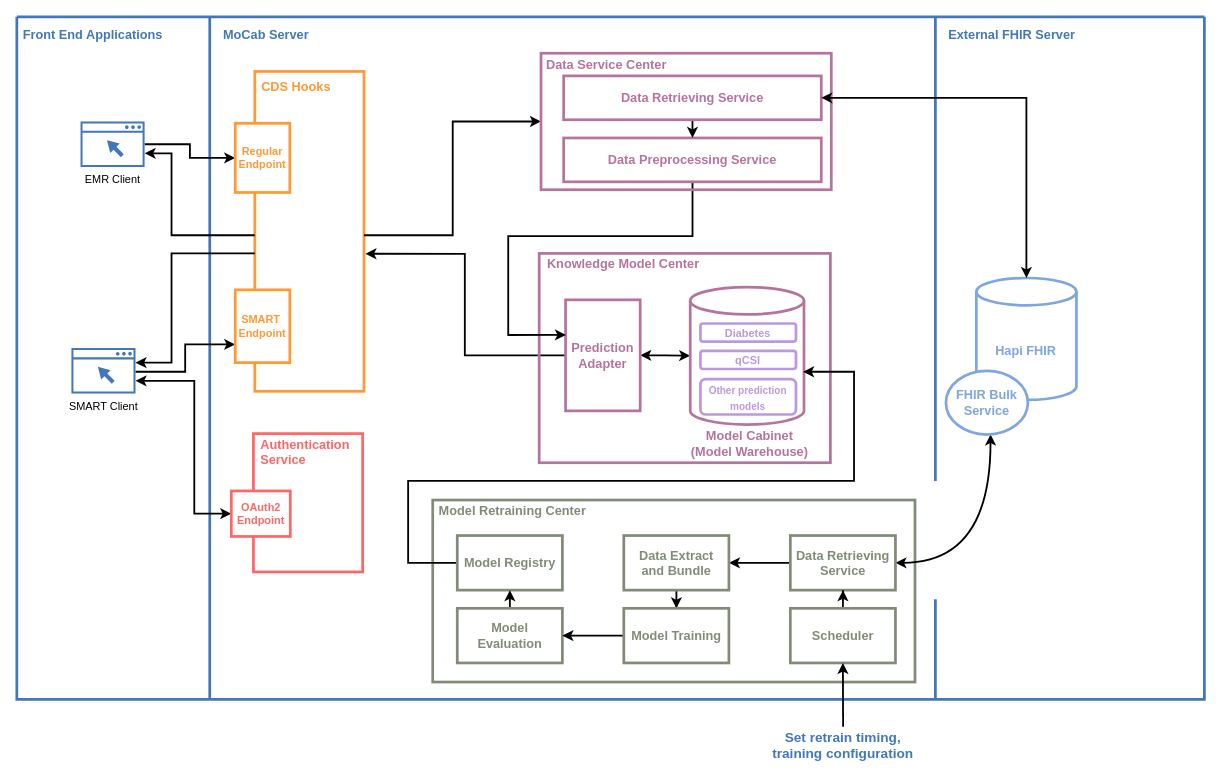
billkuojhgf/Model-on-fhir keeps this draw.io diagram as Document/Mocab Architecture.drawio. Above is the earlier version. Source tidied: cells renumbered, new cells numbered last; positions are measured from the earlier drawing's top-left corner, leaving out a move shared by most shapes. Both pictures are drawn from the tidied source at 91%, with x=0, y=0 at pixel (16, 16).
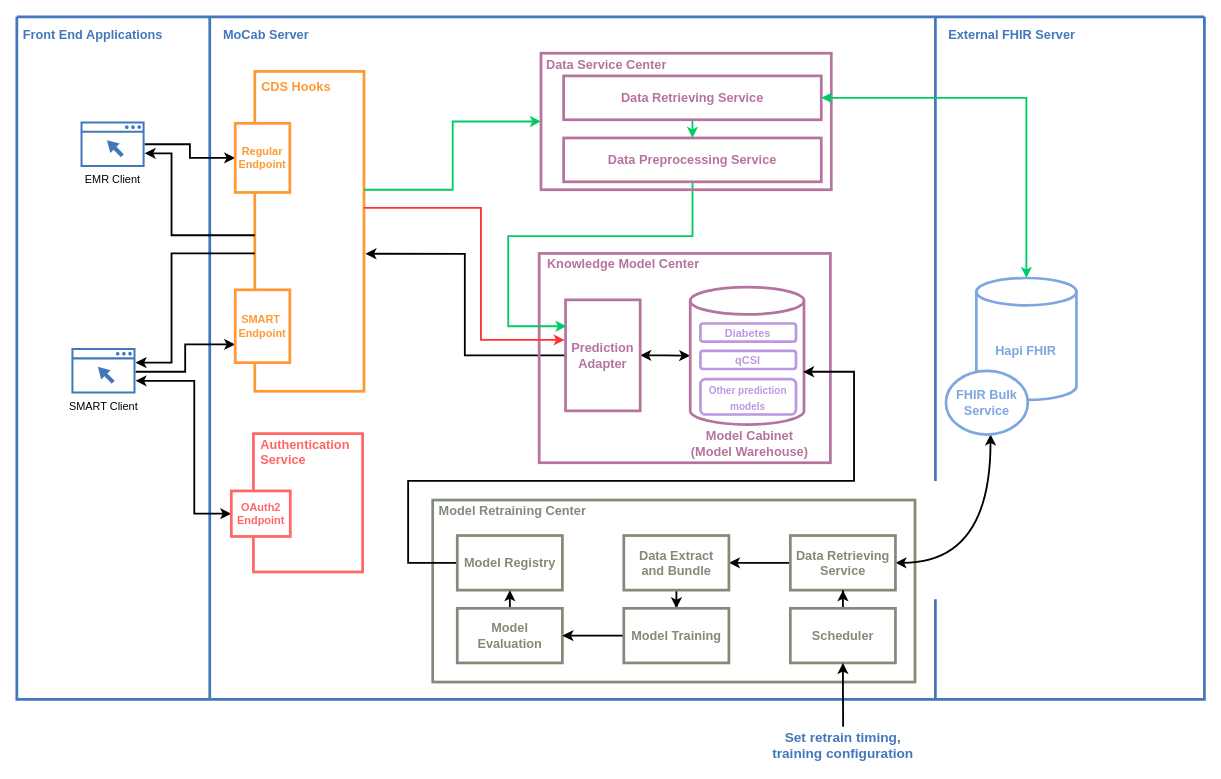
Above is the later version.

Commit message:
Enhance Mocab Architecture

Add patient_data api flow into picture

Unchanged cells that the change refers to:
```xml
<mxCell id="2" style="swimlane;shadow=0;strokeColor=#4277BB;fillColor=#ffffff;fontColor=none;align=right;startSize=0;noLabel=1;strokeWidth=3;" parent="1" vertex="1">
  <mxGeometry width="1305" height="750" as="geometry" />
</mxCell>
<mxCell id="12" style="rounded=0;whiteSpace=wrap;html=1;fillColor=none;strokeWidth=3;strokeColor=#FF9933;" parent="11" vertex="1">
  <mxGeometry width="120" height="351.5" as="geometry" />
</mxCell>
<mxCell id="19" value="&lt;b&gt;&lt;font color=&quot;#7ea6e0&quot; style=&quot;font-size: 14px;&quot;&gt;Hapi FHIR&lt;/font&gt;&lt;/b&gt;" style="shape=cylinder3;whiteSpace=wrap;html=1;boundedLbl=1;backgroundOutline=1;size=15;fontColor=#FF9933;strokeColor=#7EA6E0;strokeWidth=3;fillColor=none;" parent="2" vertex="1">
  <mxGeometry x="1054.4" y="287" width="110" height="134" as="geometry" />
</mxCell>
<mxCell id="31" value="&lt;b&gt;&lt;font color=&quot;#b5739d&quot;&gt;Prediction Adapter&lt;/font&gt;&lt;/b&gt;" style="rounded=0;whiteSpace=wrap;html=1;fontSize=14;fontColor=#FF9933;strokeColor=#B5739D;strokeWidth=3;fillColor=none;" parent="29" vertex="1">
  <mxGeometry x="28" y="11" width="82" height="122" as="geometry" />
</mxCell>
<mxCell id="40" style="group;strokeColor=none;fillColor=none;" parent="2" vertex="1">
  <mxGeometry x="575" y="40" width="320" height="150" as="geometry" />
</mxCell>
<mxCell id="41" style="rounded=0;whiteSpace=wrap;html=1;fontColor=#FF9933;strokeColor=#B5739D;strokeWidth=3;fillColor=none;" parent="40" vertex="1">
  <mxGeometry x="1" width="319" height="150" as="geometry" />
</mxCell>
<mxCell id="43" value="&lt;b&gt;&lt;font color=&quot;#b5739d&quot;&gt;Data Preprocessing Service&lt;/font&gt;&lt;/b&gt;" style="rounded=0;whiteSpace=wrap;html=1;fontSize=14;fontColor=#FF9933;strokeColor=#B5739D;strokeWidth=3;fillColor=none;" parent="40" vertex="1">
  <mxGeometry x="25.9" y="93.1" width="283.1" height="48.2" as="geometry" />
</mxCell>
<mxCell id="45" value="&lt;b&gt;&lt;font color=&quot;#b5739d&quot;&gt;Data Retrieving Service&lt;/font&gt;&lt;/b&gt;" style="rounded=0;whiteSpace=wrap;html=1;fontSize=14;fontColor=#FF9933;strokeColor=#B5739D;strokeWidth=3;fillColor=none;" parent="40" vertex="1">
  <mxGeometry x="25.9" y="24.9" width="283.1" height="48.2" as="geometry" />
</mxCell>
```

The edit, as a diff of the source:
```diff
@@
-    <mxCell id="26" style="edgeStyle=orthogonalEdgeStyle;rounded=0;jettySize=auto;html=1;fontColor=#FF9933;startArrow=none;startFill=0;strokeWidth=2;" parent="2" edge="1" source="12" target="41">
+    <mxCell id="26" style="edgeStyle=orthogonalEdgeStyle;rounded=0;jettySize=auto;html=1;fontColor=#FF9933;startArrow=none;startFill=0;strokeWidth=2;strokeColor=#00CC66;" parent="2" edge="1" source="12" target="41">
       <mxGeometry relative="1" as="geometry">
         <Array as="points">
-          <mxPoint x="479" y="240" />
+          <mxPoint x="479" y="190" />
           <mxPoint x="479" y="115" />
         </Array>
       </mxGeometry>
     </mxCell>
@@
-    <mxCell id="39" style="edgeStyle=orthogonalEdgeStyle;rounded=0;jettySize=auto;html=1;entryX=0.006;entryY=0.316;entryDx=0;entryDy=0;fontSize=13;fontColor=#000000;startArrow=none;startFill=0;strokeWidth=2;entryPerimeter=0;" parent="2" edge="1" source="43" target="31">
+    <mxCell id="39" style="edgeStyle=orthogonalEdgeStyle;rounded=0;jettySize=auto;html=1;fontSize=13;fontColor=#000000;startArrow=none;startFill=0;strokeWidth=2;strokeColor=#00CC66;" parent="2" edge="1" source="43">
       <mxGeometry relative="1" as="geometry">
+        <mxPoint x="604" y="340" as="targetPoint" />
         <Array as="points">
           <mxPoint x="743" y="241" />
           <mxPoint x="540" y="241" />
-          <mxPoint x="540" y="350" />
+          <mxPoint x="540" y="340" />
+          <mxPoint x="604" y="340" />
         </Array>
       </mxGeometry>
     </mxCell>
@@
-    <mxCell id="44" style="edgeStyle=orthogonalEdgeStyle;rounded=0;jettySize=auto;html=1;exitX=0.5;exitY=1;exitDx=0;exitDy=0;entryX=0.5;entryY=0;entryDx=0;entryDy=0;fontSize=13;fontColor=#000000;startArrow=none;startFill=0;strokeWidth=2;" parent="40" edge="1" source="45" target="43">
+    <mxCell id="44" style="edgeStyle=orthogonalEdgeStyle;rounded=0;jettySize=auto;html=1;exitX=0.5;exitY=1;exitDx=0;exitDy=0;entryX=0.5;entryY=0;entryDx=0;entryDy=0;fontSize=13;fontColor=#000000;startArrow=none;startFill=0;strokeWidth=2;strokeColor=#00CC66;" parent="40" edge="1" source="45" target="43">
       <mxGeometry relative="1" as="geometry" />
     </mxCell>
@@
-    <mxCell id="49" style="edgeStyle=orthogonalEdgeStyle;rounded=0;jettySize=auto;html=1;exitX=1;exitY=0.5;exitDx=0;exitDy=0;fontColor=#FF9933;startArrow=classic;startFill=1;strokeWidth=2;" parent="2" edge="1" source="45" target="19">
+    <mxCell id="49" style="edgeStyle=orthogonalEdgeStyle;rounded=0;jettySize=auto;html=1;exitX=1;exitY=0.5;exitDx=0;exitDy=0;fontColor=#FF9933;startArrow=classic;startFill=1;strokeWidth=2;strokeColor=#00CC66;" parent="2" edge="1" source="45" target="19">
       <mxGeometry relative="1" as="geometry" />
     </mxCell>
@@
+    <mxCell id="66" style="edgeStyle=orthogonalEdgeStyle;rounded=0;jettySize=auto;html=1;entryX=-0.012;entryY=0.361;entryDx=0;entryDy=0;entryPerimeter=0;strokeWidth=2;strokeColor=#FF3333;" parent="2" edge="1" source="12" target="31">
+      <mxGeometry relative="1" as="geometry">
+        <Array as="points">
+          <mxPoint x="510" y="210" />
+          <mxPoint x="510" y="355" />
+        </Array>
+      </mxGeometry>
+    </mxCell>
```
